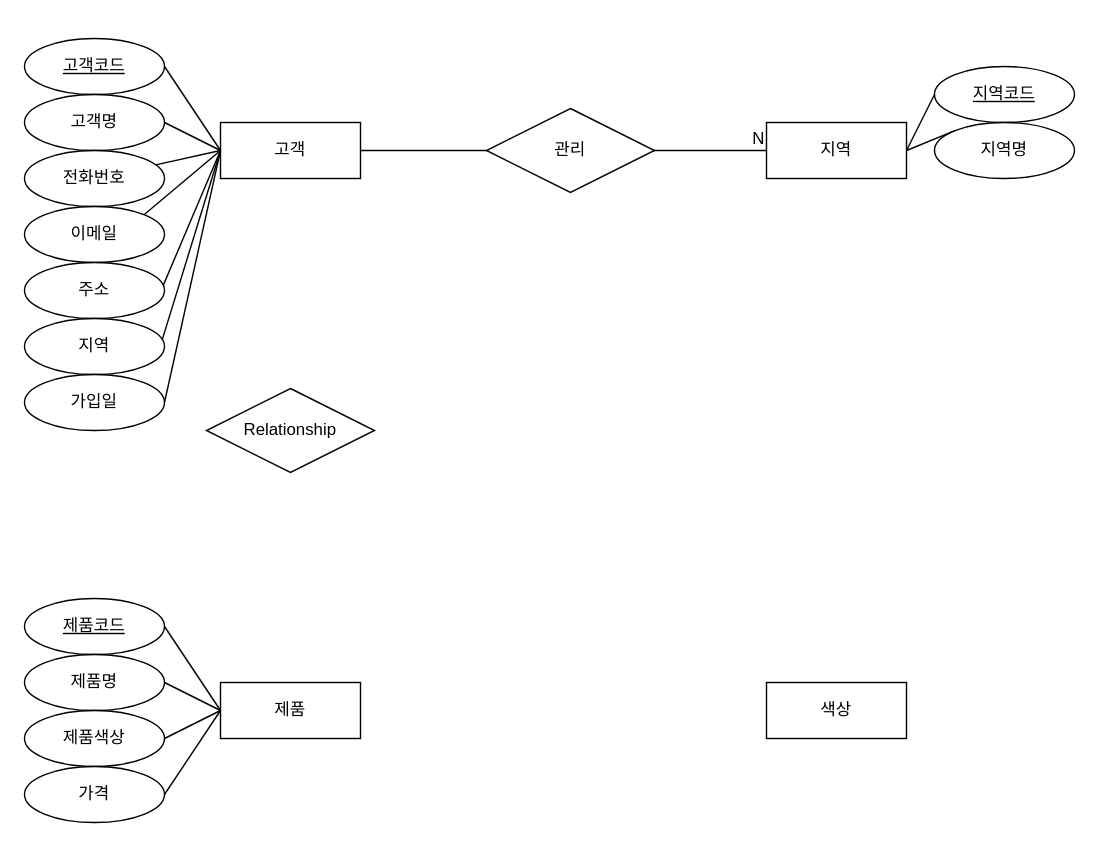
gabojag/oraclesource keeps this draw.io diagram as page "페이지-1" (1 of 2) of 온라인 전자상거래.drawio. Above is the earlier version. Source tidied: cells renumbered, new cells numbered last; positions are measured from the earlier drawing's top-left corner, leaving out a move shared by most shapes. Both pictures are drawn from the tidied source at 140%, with x=0, y=0 at pixel (24, 38).
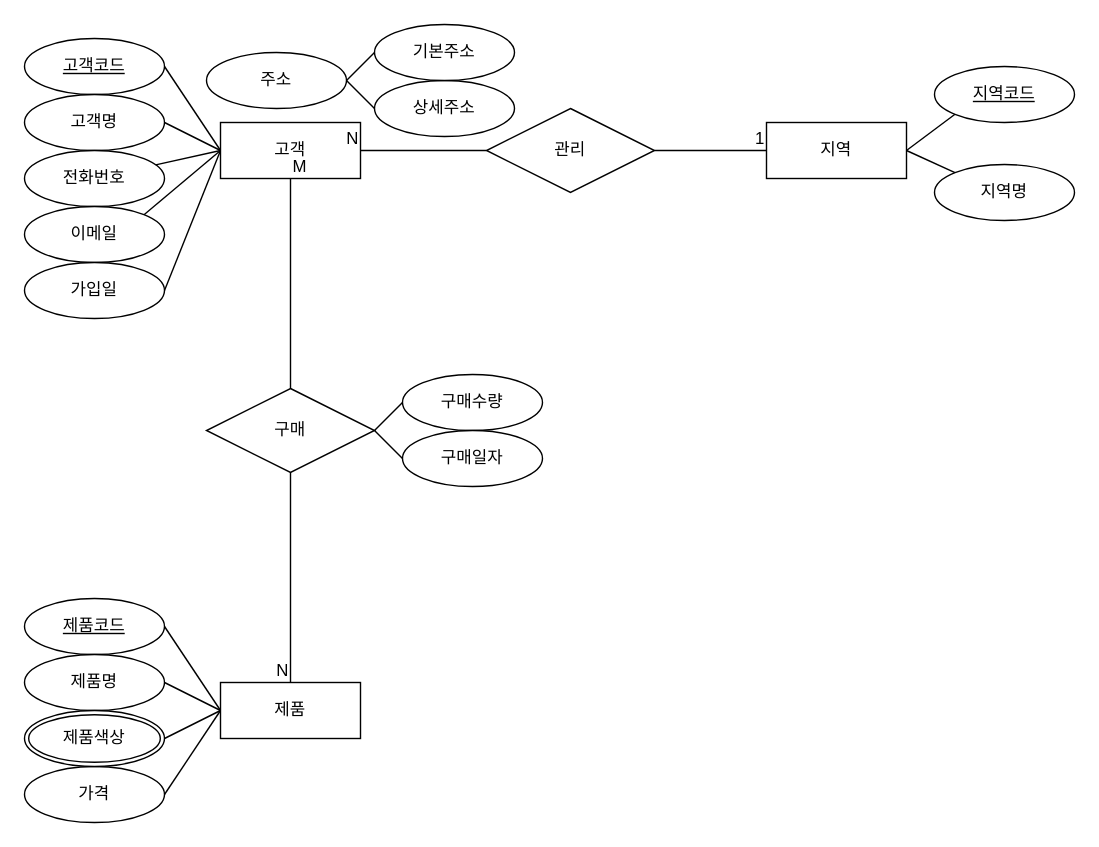
The same page after the edit.

Commit message:
온라인 전자상거래.drawio 업데이트

Unchanged cells that the change refers to:
```xml
<mxCell id="2" value="고객" style="whiteSpace=wrap;html=1;align=center;" parent="1" vertex="1">
  <mxGeometry x="140" y="60" width="100" height="40" as="geometry" />
</mxCell>
<mxCell id="10" value="지역" style="whiteSpace=wrap;html=1;align=center;" parent="1" vertex="1">
  <mxGeometry x="530" y="60" width="100" height="40" as="geometry" />
</mxCell>
<mxCell id="11" value="지역코드" style="ellipse;whiteSpace=wrap;html=1;align=center;fontStyle=4;" parent="1" vertex="1">
  <mxGeometry x="650" y="20" width="100" height="40" as="geometry" />
</mxCell>
<mxCell id="13" value="제품" style="whiteSpace=wrap;html=1;align=center;" parent="1" vertex="1">
  <mxGeometry x="140" y="460" width="100" height="40" as="geometry" />
</mxCell>
<mxCell id="25" value="관리" style="shape=rhombus;perimeter=rhombusPerimeter;whiteSpace=wrap;html=1;align=center;" parent="1" vertex="1">
  <mxGeometry x="330" y="50" width="120" height="60" as="geometry" />
</mxCell>
```

Diff of the diagram source:
```diff
@@
     <mxCell id="7" value="주소" style="ellipse;whiteSpace=wrap;html=1;align=center;" parent="1" vertex="1">
-      <mxGeometry y="160" width="100" height="40" as="geometry" />
+      <mxGeometry x="130" y="10" width="100" height="40" as="geometry" />
     </mxCell>
-    <mxCell id="8" value="지역" style="ellipse;whiteSpace=wrap;html=1;align=center;" parent="1" vertex="1">
-      <mxGeometry y="200" width="100" height="40" as="geometry" />
-    </mxCell>
     <mxCell id="9" value="가입일" style="ellipse;whiteSpace=wrap;html=1;align=center;" parent="1" vertex="1">
-      <mxGeometry y="240" width="100" height="40" as="geometry" />
+      <mxGeometry y="160" width="100" height="40" as="geometry" />
     </mxCell>
@@
     <mxCell id="12" value="지역명" style="ellipse;whiteSpace=wrap;html=1;align=center;" parent="1" vertex="1">
-      <mxGeometry x="650" y="60" width="100" height="40" as="geometry" />
+      <mxGeometry x="650" y="90" width="100" height="40" as="geometry" />
     </mxCell>
@@
-    <mxCell id="14" style="endArrow=none;html=1;rounded=0;exitX=1;exitY=0.5;exitDx=0;exitDy=0;" parent="1" edge="1" source="10">
-      <mxGeometry relative="1" as="geometry">
-        <mxPoint x="650" y="40" as="targetPoint" />
-      </mxGeometry>
+    <mxCell id="14" style="endArrow=none;html=1;rounded=0;exitX=1;exitY=0.5;exitDx=0;exitDy=0;entryX=0;entryY=1;entryDx=0;entryDy=0;" parent="1" edge="1" source="10" target="11">
+      <mxGeometry relative="1" as="geometry" />
     </mxCell>
@@
-    <mxCell id="20" style="endArrow=none;html=1;rounded=0;exitX=0.992;exitY=0.404;exitDx=0;exitDy=0;exitPerimeter=0;" parent="1" edge="1" source="7">
-      <mxGeometry relative="1" as="geometry">
-        <mxPoint x="140" y="80" as="targetPoint" />
-      </mxGeometry>
-    </mxCell>
-    <mxCell id="21" style="endArrow=none;html=1;rounded=0;exitX=0.984;exitY=0.377;exitDx=0;exitDy=0;exitPerimeter=0;entryX=0;entryY=0.5;entryDx=0;entryDy=0;" parent="1" edge="1" source="8" target="2">
-      <mxGeometry relative="1" as="geometry" />
-    </mxCell>
@@
-    <mxCell id="23" style="endArrow=none;html=1;rounded=0;exitX=1;exitY=0.5;exitDx=0;exitDy=0;" parent="1" edge="1" source="2" target="10">
-      <mxGeometry relative="1" as="geometry" />
-    </mxCell>
-    <mxCell id="24" value="N" style="html=1;whiteSpace=wrap;align=right;verticalAlign=bottom;" parent="23" vertex="1">
-      <mxGeometry x="1" relative="1" as="geometry" />
-    </mxCell>
@@
-    <mxCell id="26" value="색상" style="whiteSpace=wrap;html=1;align=center;" parent="1" vertex="1">
-      <mxGeometry x="530" y="460" width="100" height="40" as="geometry" />
-    </mxCell>
@@
-    <mxCell id="29" value="제품색상" style="ellipse;whiteSpace=wrap;html=1;align=center;" parent="1" vertex="1">
-      <mxGeometry y="480" width="100" height="40" as="geometry" />
-    </mxCell>
@@
+    <mxCell id="36" value="상세주소" style="ellipse;whiteSpace=wrap;html=1;align=center;" parent="1" vertex="1">
+      <mxGeometry x="250" y="30" width="100" height="40" as="geometry" />
+    </mxCell>
+    <mxCell id="37" value="기본주소" style="ellipse;whiteSpace=wrap;html=1;align=center;" parent="1" vertex="1">
+      <mxGeometry x="250" y="-10" width="100" height="40" as="geometry" />
+    </mxCell>
+    <mxCell id="29" value="제품색상" style="ellipse;shape=doubleEllipse;margin=3;whiteSpace=wrap;html=1;align=center;" parent="1" vertex="1">
+      <mxGeometry y="480" width="100" height="40" as="geometry" />
+    </mxCell>
+    <mxCell id="38" style="endArrow=none;html=1;rounded=0;entryX=1;entryY=0.5;entryDx=0;entryDy=0;" parent="1" edge="1" target="2">
+      <mxGeometry relative="1" as="geometry">
+        <mxPoint x="330" y="80" as="sourcePoint" />
+      </mxGeometry>
+    </mxCell>
+    <mxCell id="39" value="N" style="html=1;whiteSpace=wrap;align=right;verticalAlign=bottom;" parent="38" vertex="1">
+      <mxGeometry x="1" relative="1" as="geometry" />
+    </mxCell>
+    <mxCell id="40" style="endArrow=none;html=1;rounded=0;exitX=1;exitY=0.5;exitDx=0;exitDy=0;entryX=0;entryY=0.5;entryDx=0;entryDy=0;" parent="1" edge="1" source="25" target="10">
+      <mxGeometry relative="1" as="geometry" />
+    </mxCell>
+    <mxCell id="41" value="1" style="html=1;whiteSpace=wrap;align=right;verticalAlign=bottom;" parent="40" vertex="1">
+      <mxGeometry x="1" relative="1" as="geometry" />
+    </mxCell>
+    <mxCell id="42" style="endArrow=none;html=1;rounded=0;exitX=0.5;exitY=1;exitDx=0;exitDy=0;" parent="1" edge="1" source="2" target="13">
+      <mxGeometry relative="1" as="geometry" />
+    </mxCell>
+    <mxCell id="43" value="M" style="html=1;whiteSpace=wrap;align=left;verticalAlign=bottom;" parent="42" vertex="1">
+      <mxGeometry x="-1" relative="1" as="geometry" />
+    </mxCell>
+    <mxCell id="44" value="N" style="html=1;whiteSpace=wrap;align=right;verticalAlign=bottom;" parent="42" vertex="1">
+      <mxGeometry x="1" relative="1" as="geometry" />
+    </mxCell>
-    <mxCell id="35" value="Relationship" style="shape=rhombus;perimeter=rhombusPerimeter;whiteSpace=wrap;html=1;align=center;" parent="1" vertex="1">
+    <mxCell id="35" value="구매" style="shape=rhombus;perimeter=rhombusPerimeter;whiteSpace=wrap;html=1;align=center;" parent="1" vertex="1">
       <mxGeometry x="130" y="250" width="120" height="60" as="geometry" />
     </mxCell>
+    <mxCell id="45" value="구매수량" style="ellipse;whiteSpace=wrap;html=1;align=center;" parent="1" vertex="1">
+      <mxGeometry x="270" y="240" width="100" height="40" as="geometry" />
+    </mxCell>
+    <mxCell id="46" value="구매일자" style="ellipse;whiteSpace=wrap;html=1;align=center;" parent="1" vertex="1">
+      <mxGeometry x="270" y="280" width="100" height="40" as="geometry" />
+    </mxCell>
+    <mxCell id="47" style="endArrow=none;html=1;rounded=0;exitX=1;exitY=0.5;exitDx=0;exitDy=0;entryX=0;entryY=0.5;entryDx=0;entryDy=0;" parent="1" edge="1" source="7" target="37">
+      <mxGeometry relative="1" as="geometry" />
+    </mxCell>
+    <mxCell id="48" style="endArrow=none;html=1;rounded=0;exitX=1;exitY=0.5;exitDx=0;exitDy=0;entryX=0;entryY=0.5;entryDx=0;entryDy=0;" parent="1" edge="1" source="7" target="36">
+      <mxGeometry relative="1" as="geometry" />
+    </mxCell>
+    <mxCell id="49" style="endArrow=none;html=1;rounded=0;entryX=0;entryY=0.5;entryDx=0;entryDy=0;exitX=1;exitY=0.5;exitDx=0;exitDy=0;" parent="1" edge="1" source="35" target="45">
+      <mxGeometry relative="1" as="geometry" />
+    </mxCell>
+    <mxCell id="50" style="endArrow=none;html=1;rounded=0;exitX=1;exitY=0.5;exitDx=0;exitDy=0;entryX=0;entryY=0.5;entryDx=0;entryDy=0;" parent="1" edge="1" source="35" target="46">
+      <mxGeometry relative="1" as="geometry" />
+    </mxCell>
```
